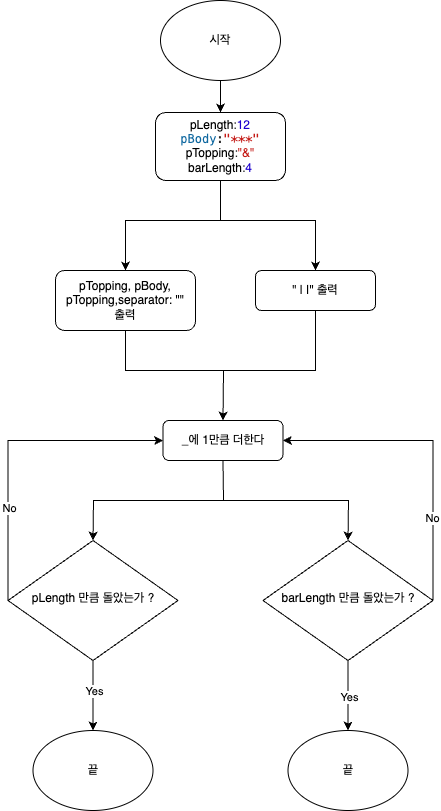
Above: CodeStarterCamp_Week1/step3_순서도.png in yagom-academy/swift-starter-Round1 (draw.io), before the change. Source tidied: cells renumbered, new cells last; positions are measured from the earlier drawing's top-left corner, leaving out a move shared by most shapes. The source it was exported from:
```xml
<mxGraphModel>
  <root>
    <mxCell id="0" />
    <mxCell id="1" parent="0" />
    <mxCell id="2" value="pLength&lt;span style=&quot;color: rgba(0, 0, 0, 0.85);&quot; class=&quot;s2&quot;&gt;:&lt;/span&gt;&lt;span style=&quot;color: rgb(28, 0, 207);&quot; class=&quot;s4&quot;&gt;12&lt;/span&gt;&lt;p style=&quot;margin: 0px; font-variant-numeric: normal; font-variant-east-asian: normal; font-variant-alternates: normal; font-kerning: auto; font-optical-sizing: auto; font-feature-settings: normal; font-variation-settings: normal; font-stretch: normal; line-height: normal; font-family: Menlo; color: rgb(57, 0, 160); background-color: rgb(255, 255, 255); text-align: start;&quot; class=&quot;p2&quot;&gt;&lt;span style=&quot;color: rgb(15, 104, 160);&quot; class=&quot;s5&quot;&gt;pBody&lt;/span&gt;&lt;span style=&quot;color: rgba(0, 0, 0, 0.85);&quot; class=&quot;s2&quot;&gt;:&lt;/span&gt;&lt;span style=&quot;color: rgb(196, 26, 22);&quot; class=&quot;s6&quot;&gt;&quot;***&quot;&lt;/span&gt;&lt;/p&gt;pTopping&lt;span style=&quot;color: rgba(0, 0, 0, 0.85);&quot; class=&quot;s2&quot;&gt;:&lt;/span&gt;&lt;span style=&quot;color: rgb(196, 26, 22);&quot; class=&quot;s6&quot;&gt;&quot;&amp;amp;&quot;&lt;/span&gt;&lt;br&gt;barLength&lt;span style=&quot;color: rgba(0, 0, 0, 0.85);&quot; class=&quot;s2&quot;&gt;:&lt;/span&gt;&lt;span style=&quot;color: rgb(28, 0, 207);&quot; class=&quot;s4&quot;&gt;4&lt;/span&gt;" style="rounded=1;whiteSpace=wrap;html=1;fontSize=12;glass=0;strokeWidth=1;shadow=0;" parent="1" vertex="1">
      <mxGeometry x="148" y="112" width="130" height="68" as="geometry" />
    </mxCell>
    <mxCell id="3" value="pLength 만큼 돌았는가 ?" style="rhombus;whiteSpace=wrap;html=1;shadow=0;fontFamily=Helvetica;fontSize=12;align=center;strokeWidth=1;spacing=6;spacingTop=-4;" parent="1" vertex="1">
      <mxGeometry x="0.5" y="540" width="170" height="120" as="geometry" />
    </mxCell>
    <mxCell id="4" value="_에 1만큼 더한다" style="rounded=1;whiteSpace=wrap;html=1;fontSize=12;glass=0;strokeWidth=1;shadow=0;" parent="1" vertex="1">
      <mxGeometry x="155.5" y="420" width="120" height="40" as="geometry" />
    </mxCell>
    <mxCell id="5" style="edgeStyle=orthogonalEdgeStyle;rounded=0;jettySize=auto;html=1;" parent="1" edge="1" source="6" target="2">
      <mxGeometry relative="1" as="geometry" />
    </mxCell>
    <mxCell id="6" value="시작" style="ellipse;whiteSpace=wrap;html=1;" parent="1" vertex="1">
      <mxGeometry x="153" width="120" height="80" as="geometry" />
    </mxCell>
    <mxCell id="7" style="edgeStyle=orthogonalEdgeStyle;rounded=0;jettySize=auto;html=1;" parent="1" edge="1" source="9" target="25">
      <mxGeometry relative="1" as="geometry" />
    </mxCell>
    <mxCell id="8" value="Yes" style="edgeLabel;html=1;align=center;verticalAlign=middle;" parent="7" vertex="1">
      <mxGeometry x="0.01" y="1" relative="1" as="geometry" />
    </mxCell>
    <mxCell id="9" value="barLength&amp;nbsp;만큼 돌았는가 ?" style="rhombus;whiteSpace=wrap;html=1;shadow=0;fontFamily=Helvetica;fontSize=12;align=center;strokeWidth=1;spacing=6;spacingTop=-4;" parent="1" vertex="1">
      <mxGeometry x="255.5" y="540" width="170" height="120" as="geometry" />
    </mxCell>
    <mxCell id="10" style="endArrow=classic;html=1;rounded=0;exitX=0.5;exitY=1;exitDx=0;exitDy=0;entryX=0.5;entryY=0;entryDx=0;entryDy=0;" parent="1" edge="1" source="4" target="9">
      <mxGeometry relative="1" as="geometry">
        <Array as="points">
          <mxPoint x="216" y="500" />
          <mxPoint x="341" y="500" />
        </Array>
      </mxGeometry>
    </mxCell>
    <mxCell id="11" style="endArrow=classic;html=1;rounded=0;exitX=0.5;exitY=1;exitDx=0;exitDy=0;entryX=0.5;entryY=0;entryDx=0;entryDy=0;" parent="1" edge="1" source="4" target="3">
      <mxGeometry relative="1" as="geometry">
        <Array as="points">
          <mxPoint x="216" y="500" />
          <mxPoint x="86" y="500" />
        </Array>
      </mxGeometry>
    </mxCell>
    <mxCell id="12" style="endArrow=classic;html=1;rounded=0;exitX=0;exitY=0.5;exitDx=0;exitDy=0;entryX=0;entryY=0.5;entryDx=0;entryDy=0;" parent="1" edge="1" source="3" target="4">
      <mxGeometry relative="1" as="geometry">
        <Array as="points">
          <mxPoint x="0.5" y="440" />
        </Array>
      </mxGeometry>
    </mxCell>
    <mxCell id="13" value="No" style="edgeLabel;html=1;align=center;verticalAlign=middle;" parent="12" vertex="1">
      <mxGeometry x="-0.41" y="-1" relative="1" as="geometry" />
    </mxCell>
    <mxCell id="14" style="endArrow=classic;html=1;rounded=0;exitX=1;exitY=0.5;exitDx=0;exitDy=0;entryX=1;entryY=0.5;entryDx=0;entryDy=0;" parent="1" edge="1" source="9" target="4">
      <mxGeometry relative="1" as="geometry">
        <Array as="points">
          <mxPoint x="425.5" y="440" />
        </Array>
      </mxGeometry>
    </mxCell>
    <mxCell id="15" value="No" style="edgeLabel;html=1;align=center;verticalAlign=middle;" parent="14" vertex="1">
      <mxGeometry x="-0.46" y="1" relative="1" as="geometry" />
    </mxCell>
    <mxCell id="16" value="pTopping, pBody, pTopping,separator: &quot;&quot; &lt;br&gt;출력" style="rounded=1;whiteSpace=wrap;html=1;fontSize=12;glass=0;strokeWidth=1;shadow=0;" parent="1" vertex="1">
      <mxGeometry x="48" y="270" width="140" height="60" as="geometry" />
    </mxCell>
    <mxCell id="17" value="&quot; | |&quot; 출력" style="rounded=1;whiteSpace=wrap;html=1;fontSize=12;glass=0;strokeWidth=1;shadow=0;" parent="1" vertex="1">
      <mxGeometry x="248" y="270" width="120" height="40" as="geometry" />
    </mxCell>
    <mxCell id="18" style="endArrow=classic;html=1;rounded=0;exitX=0.5;exitY=1;exitDx=0;exitDy=0;entryX=0.5;entryY=0;entryDx=0;entryDy=0;" parent="1" edge="1" source="2" target="16">
      <mxGeometry relative="1" as="geometry">
        <Array as="points">
          <mxPoint x="213" y="220" />
          <mxPoint x="118" y="220" />
        </Array>
      </mxGeometry>
    </mxCell>
    <mxCell id="19" style="endArrow=classic;html=1;rounded=0;exitX=0.5;exitY=1;exitDx=0;exitDy=0;entryX=0.5;entryY=0;entryDx=0;entryDy=0;" parent="1" edge="1" source="2" target="17">
      <mxGeometry relative="1" as="geometry">
        <Array as="points">
          <mxPoint x="213" y="220" />
          <mxPoint x="308" y="220" />
        </Array>
      </mxGeometry>
    </mxCell>
    <mxCell id="20" style="endArrow=classic;html=1;rounded=0;exitX=0.5;exitY=1;exitDx=0;exitDy=0;entryX=0.5;entryY=0;entryDx=0;entryDy=0;" parent="1" edge="1" source="16" target="4">
      <mxGeometry relative="1" as="geometry">
        <Array as="points">
          <mxPoint x="118" y="370" />
          <mxPoint x="216" y="370" />
        </Array>
      </mxGeometry>
    </mxCell>
    <mxCell id="21" style="endArrow=classic;html=1;rounded=0;exitX=0.5;exitY=1;exitDx=0;exitDy=0;entryX=0.5;entryY=0;entryDx=0;entryDy=0;" parent="1" edge="1" source="17" target="4">
      <mxGeometry relative="1" as="geometry">
        <Array as="points">
          <mxPoint x="308" y="370" />
          <mxPoint x="216" y="370" />
        </Array>
      </mxGeometry>
    </mxCell>
    <mxCell id="22" value="끝" style="ellipse;whiteSpace=wrap;html=1;" parent="1" vertex="1">
      <mxGeometry x="25.5" y="730" width="120" height="80" as="geometry" />
    </mxCell>
    <mxCell id="23" style="endArrow=classic;html=1;rounded=0;exitX=0.5;exitY=1;exitDx=0;exitDy=0;entryX=0.5;entryY=0;entryDx=0;entryDy=0;" parent="1" edge="1" source="3" target="22">
      <mxGeometry relative="1" as="geometry" />
    </mxCell>
    <mxCell id="24" value="Yes" style="edgeLabel;html=1;align=center;verticalAlign=middle;" parent="23" vertex="1">
      <mxGeometry x="-0.16" y="1" relative="1" as="geometry" />
    </mxCell>
    <mxCell id="25" value="끝" style="ellipse;whiteSpace=wrap;html=1;" parent="1" vertex="1">
      <mxGeometry x="280.5" y="730" width="120" height="80" as="geometry" />
    </mxCell>
  </root>
</mxGraphModel>
```
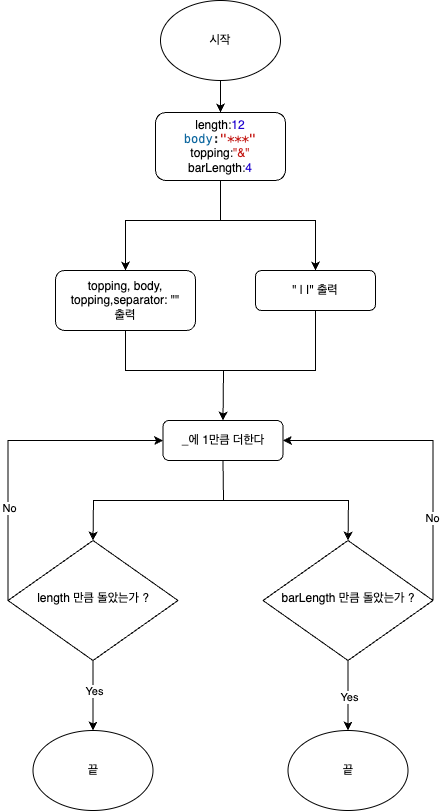
After the commit.

The edit, as a diff of the source:
```diff
@@ -2,10 +2,10 @@
   <root>
     <mxCell id="0" />
     <mxCell id="1" parent="0" />
-    <mxCell id="2" value="pLength&lt;span style=&quot;color: rgba(0, 0, 0, 0.85);&quot; class=&quot;s2&quot;&gt;:&lt;/span&gt;&lt;span style=&quot;color: rgb(28, 0, 207);&quot; class=&quot;s4&quot;&gt;12&lt;/span&gt;&lt;p style=&quot;margin: 0px; font-variant-numeric: normal; font-variant-east-asian: normal; font-variant-alternates: normal; font-kerning: auto; font-optical-sizing: auto; font-feature-settings: normal; font-variation-settings: normal; font-stretch: normal; line-height: normal; font-family: Menlo; color: rgb(57, 0, 160); background-color: rgb(255, 255, 255); text-align: start;&quot; class=&quot;p2&quot;&gt;&lt;span style=&quot;color: rgb(15, 104, 160);&quot; class=&quot;s5&quot;&gt;pBody&lt;/span&gt;&lt;span style=&quot;color: rgba(0, 0, 0, 0.85);&quot; class=&quot;s2&quot;&gt;:&lt;/span&gt;&lt;span style=&quot;color: rgb(196, 26, 22);&quot; class=&quot;s6&quot;&gt;&quot;***&quot;&lt;/span&gt;&lt;/p&gt;pTopping&lt;span style=&quot;color: rgba(0, 0, 0, 0.85);&quot; class=&quot;s2&quot;&gt;:&lt;/span&gt;&lt;span style=&quot;color: rgb(196, 26, 22);&quot; class=&quot;s6&quot;&gt;&quot;&amp;amp;&quot;&lt;/span&gt;&lt;br&gt;barLength&lt;span style=&quot;color: rgba(0, 0, 0, 0.85);&quot; class=&quot;s2&quot;&gt;:&lt;/span&gt;&lt;span style=&quot;color: rgb(28, 0, 207);&quot; class=&quot;s4&quot;&gt;4&lt;/span&gt;" style="rounded=1;whiteSpace=wrap;html=1;fontSize=12;glass=0;strokeWidth=1;shadow=0;" parent="1" vertex="1">
+    <mxCell id="2" value="length&lt;span style=&quot;color: rgba(0, 0, 0, 0.85);&quot; class=&quot;s2&quot;&gt;:&lt;/span&gt;&lt;span style=&quot;color: rgb(28, 0, 207);&quot; class=&quot;s4&quot;&gt;12&lt;/span&gt;&lt;p style=&quot;margin: 0px; font-variant-numeric: normal; font-variant-east-asian: normal; font-variant-alternates: normal; font-kerning: auto; font-optical-sizing: auto; font-feature-settings: normal; font-variation-settings: normal; font-stretch: normal; line-height: normal; font-family: Menlo; color: rgb(57, 0, 160); background-color: rgb(255, 255, 255); text-align: start;&quot; class=&quot;p2&quot;&gt;&lt;span style=&quot;color: rgb(15, 104, 160);&quot; class=&quot;s5&quot;&gt;body&lt;/span&gt;&lt;span style=&quot;color: rgba(0, 0, 0, 0.85);&quot; class=&quot;s2&quot;&gt;:&lt;/span&gt;&lt;span style=&quot;color: rgb(196, 26, 22);&quot; class=&quot;s6&quot;&gt;&quot;***&quot;&lt;/span&gt;&lt;/p&gt;topping&lt;span style=&quot;color: rgba(0, 0, 0, 0.85);&quot; class=&quot;s2&quot;&gt;:&lt;/span&gt;&lt;span style=&quot;color: rgb(196, 26, 22);&quot; class=&quot;s6&quot;&gt;&quot;&amp;amp;&quot;&lt;/span&gt;&lt;br&gt;barLength&lt;span style=&quot;color: rgba(0, 0, 0, 0.85);&quot; class=&quot;s2&quot;&gt;:&lt;/span&gt;&lt;span style=&quot;color: rgb(28, 0, 207);&quot; class=&quot;s4&quot;&gt;4&lt;/span&gt;" style="rounded=1;whiteSpace=wrap;html=1;fontSize=12;glass=0;strokeWidth=1;shadow=0;" parent="1" vertex="1">
       <mxGeometry x="148" y="112" width="130" height="68" as="geometry" />
     </mxCell>
-    <mxCell id="3" value="pLength 만큼 돌았는가 ?" style="rhombus;whiteSpace=wrap;html=1;shadow=0;fontFamily=Helvetica;fontSize=12;align=center;strokeWidth=1;spacing=6;spacingTop=-4;" parent="1" vertex="1">
+    <mxCell id="3" value="length 만큼 돌았는가 ?" style="rhombus;whiteSpace=wrap;html=1;shadow=0;fontFamily=Helvetica;fontSize=12;align=center;strokeWidth=1;spacing=6;spacingTop=-4;" parent="1" vertex="1">
       <mxGeometry x="0.5" y="540" width="170" height="120" as="geometry" />
     </mxCell>
     <mxCell id="4" value="_에 1만큼 더한다" style="rounded=1;whiteSpace=wrap;html=1;fontSize=12;glass=0;strokeWidth=1;shadow=0;" parent="1" vertex="1">
@@ -62,7 +62,7 @@
     <mxCell id="15" value="No" style="edgeLabel;html=1;align=center;verticalAlign=middle;" parent="14" vertex="1">
       <mxGeometry x="-0.46" y="1" relative="1" as="geometry" />
     </mxCell>
-    <mxCell id="16" value="pTopping, pBody, pTopping,separator: &quot;&quot; &lt;br&gt;출력" style="rounded=1;whiteSpace=wrap;html=1;fontSize=12;glass=0;strokeWidth=1;shadow=0;" parent="1" vertex="1">
+    <mxCell id="16" value="topping, body, topping,separator: &quot;&quot; &lt;br&gt;출력" style="rounded=1;whiteSpace=wrap;html=1;fontSize=12;glass=0;strokeWidth=1;shadow=0;" parent="1" vertex="1">
       <mxGeometry x="48" y="270" width="140" height="60" as="geometry" />
     </mxCell>
     <mxCell id="17" value="&quot; | |&quot; 출력" style="rounded=1;whiteSpace=wrap;html=1;fontSize=12;glass=0;strokeWidth=1;shadow=0;" parent="1" vertex="1">
```
